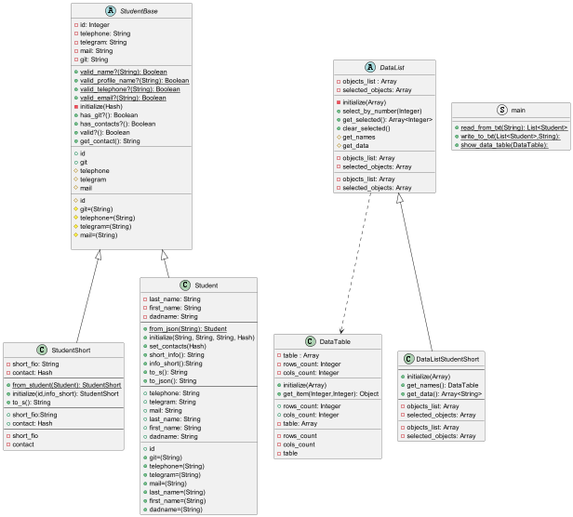
This is LR2/diagram/StudentClassDiagram.png from KREEAL/RubyLabs, a PlantUML export, as it was before one commit.
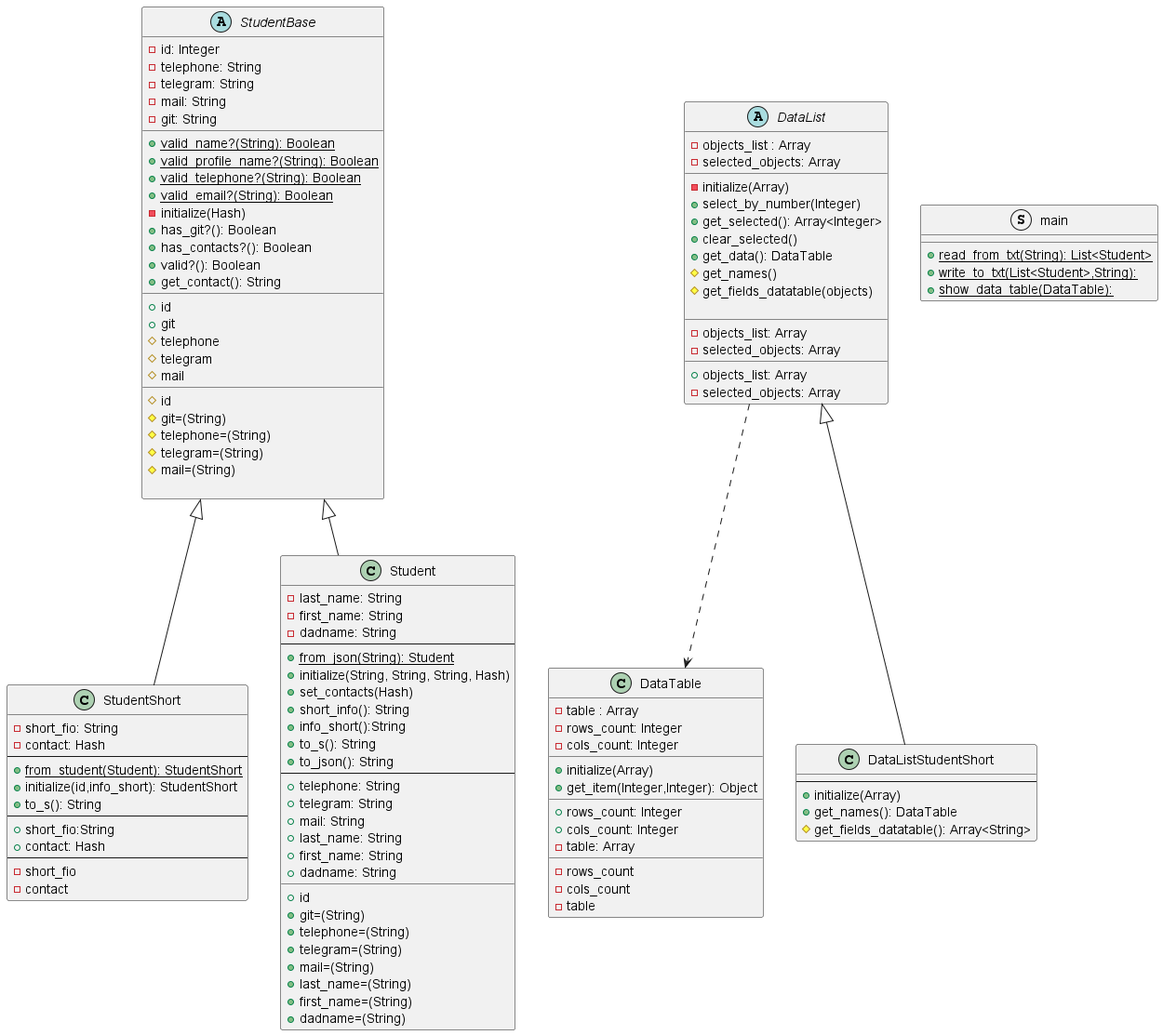
Later version of the same file.

Commit message:
Диаграмма классов соответствует текущим классам

The edit, as a diff of the source:
```diff
@@ -97,13 +97,15 @@
     +select_by_number(Integer)
     +get_selected(): Array<Integer>
     +clear_selected()
-    #get_names
-    #get_data
+    +get_data(): DataTable
+    #get_names()
+    #get_fields_datatable(objects)
+
     __
     -objects_list: Array
     -selected_objects: Array
     __
-    -objects_list: Array
+    +objects_list: Array
     -selected_objects: Array
 }
 
@@ -111,13 +113,7 @@
     --
     +initialize(Array)
     +get_names(): DataTable
-    +get_data(): Array<String>
-    --
-    -objects_list: Array
-    -selected_objects: Array
-    __
-    -objects_list: Array
-    -selected_objects: Array
+    #get_fields_datatable(): Array<String>
 }
 
 
```
